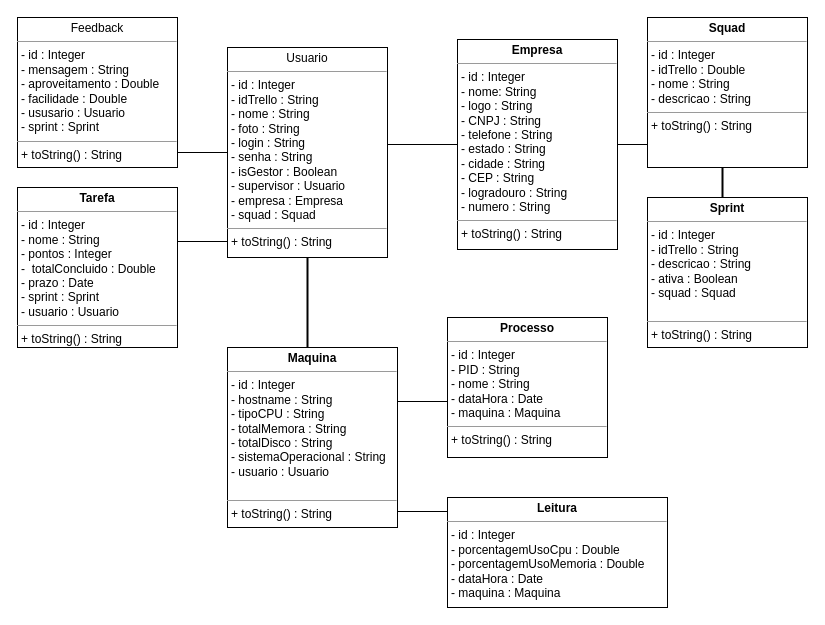
This is Documentação/DiagramaDeClasses/DiagramaDeClasses.drawio from ItalloGomes/LynxCoder, a draw.io file, before an edit. Source tidied: cells renumbered, new cells numbered last; positions are measured from the earlier drawing's top-left corner, leaving out a move shared by most shapes. Both pictures are drawn from the tidied source at 100%, with x=0, y=0 at pixel (17, 17).
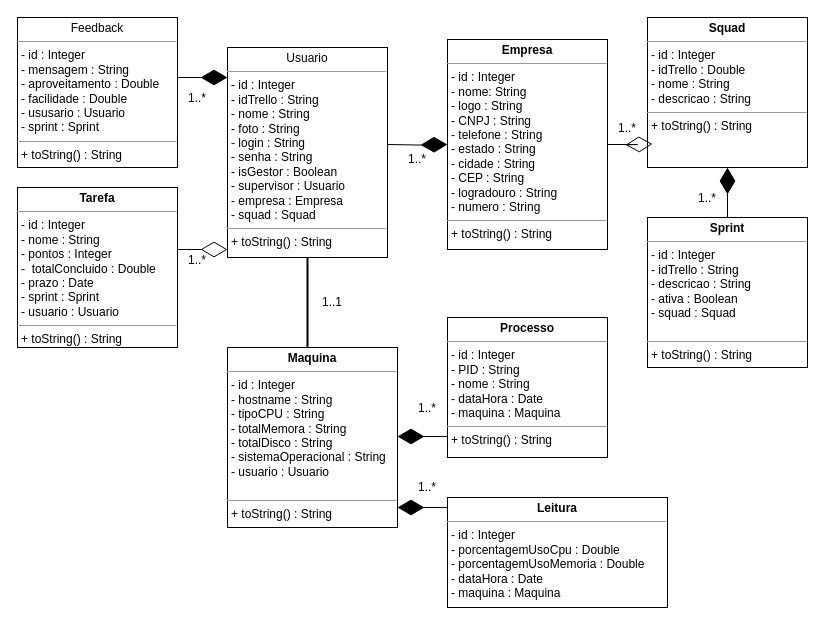
After the change.

Commit message:
diagrama de classes atualizado

The change refers to these unchanged cells:
```xml
<mxCell id="8" value="&lt;p style=&quot;margin: 0px ; margin-top: 4px ; text-align: center&quot;&gt;&lt;b&gt;Squad&lt;/b&gt;&lt;/p&gt;&lt;hr size=&quot;1&quot;&gt;&lt;p style=&quot;margin: 0px ; margin-left: 4px&quot;&gt;- id : Integer&amp;nbsp;&lt;/p&gt;&lt;p style=&quot;margin: 0px ; margin-left: 4px&quot;&gt;- idTrello : Double&amp;nbsp;&lt;/p&gt;&lt;p style=&quot;margin: 0px ; margin-left: 4px&quot;&gt;- nome : String&lt;/p&gt;&lt;p style=&quot;margin: 0px ; margin-left: 4px&quot;&gt;- descricao : String&lt;/p&gt;&lt;hr size=&quot;1&quot;&gt;&lt;p style=&quot;margin: 0px ; margin-left: 4px&quot;&gt;+ toString() : String&lt;/p&gt;" style="verticalAlign=top;align=left;overflow=fill;fontSize=12;fontFamily=Helvetica;html=1;" parent="1" vertex="1">
  <mxGeometry x="630" width="160" height="150" as="geometry" />
</mxCell>
```

The edit, as a diff of the source:
```diff
@@
     <mxCell id="5" value="&lt;p style=&quot;margin: 0px ; margin-top: 4px ; text-align: center&quot;&gt;&lt;b&gt;Empresa&lt;/b&gt;&lt;/p&gt;&lt;hr size=&quot;1&quot;&gt;&lt;p style=&quot;margin: 0px ; margin-left: 4px&quot;&gt;- id : Integer&amp;nbsp;&lt;/p&gt;&lt;p style=&quot;margin: 0px ; margin-left: 4px&quot;&gt;- nome: String&lt;/p&gt;&lt;p style=&quot;margin: 0px ; margin-left: 4px&quot;&gt;- logo : String&lt;/p&gt;&lt;p style=&quot;margin: 0px ; margin-left: 4px&quot;&gt;- CNPJ : String&lt;/p&gt;&lt;p style=&quot;margin: 0px ; margin-left: 4px&quot;&gt;- telefone : String&lt;/p&gt;&lt;p style=&quot;margin: 0px ; margin-left: 4px&quot;&gt;- estado : String&lt;/p&gt;&lt;p style=&quot;margin: 0px ; margin-left: 4px&quot;&gt;- cidade : String&lt;/p&gt;&lt;p style=&quot;margin: 0px ; margin-left: 4px&quot;&gt;- CEP : String&lt;/p&gt;&lt;p style=&quot;margin: 0px ; margin-left: 4px&quot;&gt;- logradouro : String&lt;/p&gt;&lt;p style=&quot;margin: 0px ; margin-left: 4px&quot;&gt;- numero : String&lt;/p&gt;&lt;hr size=&quot;1&quot;&gt;&lt;p style=&quot;margin: 0px ; margin-left: 4px&quot;&gt;+ toString() : String&lt;/p&gt;" style="verticalAlign=top;align=left;overflow=fill;fontSize=12;fontFamily=Helvetica;html=1;" parent="1" vertex="1">
-      <mxGeometry x="440" y="22" width="160" height="210" as="geometry" />
+      <mxGeometry x="430" y="22" width="160" height="210" as="geometry" />
     </mxCell>
     <mxCell id="6" value="&lt;p style=&quot;margin: 0px ; margin-top: 4px ; text-align: center&quot;&gt;&lt;b&gt;Sprint&lt;/b&gt;&lt;/p&gt;&lt;hr size=&quot;1&quot;&gt;&lt;p style=&quot;margin: 0px ; margin-left: 4px&quot;&gt;- id : Integer&amp;nbsp;&lt;/p&gt;&lt;p style=&quot;margin: 0px ; margin-left: 4px&quot;&gt;- idTrello : String&amp;nbsp;&lt;/p&gt;&lt;p style=&quot;margin: 0px ; margin-left: 4px&quot;&gt;- descricao : String&amp;nbsp;&lt;/p&gt;&lt;p style=&quot;margin: 0px ; margin-left: 4px&quot;&gt;- ativa : Boolean&lt;/p&gt;&lt;p style=&quot;margin: 0px ; margin-left: 4px&quot;&gt;- squad : Squad&lt;/p&gt;&lt;p style=&quot;margin: 0px ; margin-left: 4px&quot;&gt;&lt;br&gt;&lt;/p&gt;&lt;hr size=&quot;1&quot;&gt;&lt;p style=&quot;margin: 0px ; margin-left: 4px&quot;&gt;+ toString() : String&lt;/p&gt;" style="verticalAlign=top;align=left;overflow=fill;fontSize=12;fontFamily=Helvetica;html=1;" parent="1" vertex="1">
-      <mxGeometry x="630" y="180" width="160" height="150" as="geometry" />
+      <mxGeometry x="630" y="200" width="160" height="150" as="geometry" />
     </mxCell>
@@
-    <mxCell id="11" style="line;strokeWidth=1;fillColor=none;align=left;verticalAlign=middle;spacingTop=-1;spacingLeft=3;spacingRight=3;labelPosition=right;" parent="1" vertex="1">
-      <mxGeometry x="160" y="131" width="50" height="8" as="geometry" />
-    </mxCell>
-    <mxCell id="12" style="line;strokeWidth=1;fillColor=none;align=left;verticalAlign=middle;spacingTop=-1;spacingLeft=3;spacingRight=3;labelPosition=right;" parent="1" vertex="1">
-      <mxGeometry x="160" y="220" width="50" height="8" as="geometry" />
-    </mxCell>
-    <mxCell id="13" style="line;strokeWidth=1;fillColor=none;align=left;verticalAlign=middle;spacingTop=-1;spacingLeft=3;spacingRight=3;labelPosition=right;" parent="1" vertex="1">
-      <mxGeometry x="370" y="123" width="70" height="8" as="geometry" />
-    </mxCell>
-    <mxCell id="14" style="line;strokeWidth=1;fillColor=none;align=left;verticalAlign=middle;spacingTop=-1;spacingLeft=3;spacingRight=3;labelPosition=right;" parent="1" vertex="1">
-      <mxGeometry x="600" y="123" width="30" height="8" as="geometry" />
-    </mxCell>
@@
-    <mxCell id="16" style="line;strokeWidth=1;fillColor=none;align=left;verticalAlign=middle;spacingTop=-1;spacingLeft=3;spacingRight=3;labelPosition=right;" parent="1" vertex="1">
-      <mxGeometry x="380" y="380" width="50" height="8" as="geometry" />
-    </mxCell>
-    <mxCell id="17" style="line;strokeWidth=1;fillColor=none;align=left;verticalAlign=middle;spacingTop=-1;spacingLeft=3;spacingRight=3;labelPosition=right;" parent="1" vertex="1">
-      <mxGeometry x="380" y="490" width="50" height="8" as="geometry" />
-    </mxCell>
-    <mxCell id="18" style="line;strokeWidth=2;direction=south;html=1;" parent="1" vertex="1">
-      <mxGeometry x="700" y="150" width="10" height="30" as="geometry" />
-    </mxCell>
+    <mxCell id="19" style="endArrow=diamondThin;endFill=1;endSize=24;html=1;rounded=0;edgeStyle=orthogonalEdgeStyle;entryX=0;entryY=0.5;entryDx=0;entryDy=0;" parent="1" edge="1" target="5">
+      <mxGeometry relative="1" as="geometry">
+        <mxPoint x="370" y="127" as="sourcePoint" />
+      </mxGeometry>
+    </mxCell>
+    <mxCell id="20" value="1..*" style="text;html=1;strokeColor=none;fillColor=none;align=center;verticalAlign=middle;whiteSpace=wrap;rounded=0;" parent="1" vertex="1">
+      <mxGeometry x="370" y="131" width="60" height="21" as="geometry" />
+    </mxCell>
+    <mxCell id="21" value="1..1" style="text;html=1;strokeColor=none;fillColor=none;align=center;verticalAlign=middle;whiteSpace=wrap;rounded=0;" parent="1" vertex="1">
+      <mxGeometry x="285" y="274.5" width="60" height="21" as="geometry" />
+    </mxCell>
+    <mxCell id="22" value="1..*" style="text;html=1;strokeColor=none;fillColor=none;align=center;verticalAlign=middle;whiteSpace=wrap;rounded=0;" parent="1" vertex="1">
+      <mxGeometry x="150" y="70" width="60" height="21" as="geometry" />
+    </mxCell>
+    <mxCell id="23" value="1..*" style="text;html=1;strokeColor=none;fillColor=none;align=center;verticalAlign=middle;whiteSpace=wrap;rounded=0;" parent="1" vertex="1">
+      <mxGeometry x="150" y="232" width="60" height="21" as="geometry" />
+    </mxCell>
+    <mxCell id="24" value="1..*" style="text;html=1;strokeColor=none;fillColor=none;align=center;verticalAlign=middle;whiteSpace=wrap;rounded=0;" parent="1" vertex="1">
+      <mxGeometry x="380" y="380" width="60" height="21" as="geometry" />
+    </mxCell>
+    <mxCell id="25" value="1..*" style="text;html=1;strokeColor=none;fillColor=none;align=center;verticalAlign=middle;whiteSpace=wrap;rounded=0;" parent="1" vertex="1">
+      <mxGeometry x="380" y="459" width="60" height="21" as="geometry" />
+    </mxCell>
+    <mxCell id="26" value="1..*" style="text;html=1;strokeColor=none;fillColor=none;align=center;verticalAlign=middle;whiteSpace=wrap;rounded=0;" parent="1" vertex="1">
+      <mxGeometry x="580" y="100" width="60" height="21" as="geometry" />
+    </mxCell>
+    <mxCell id="27" style="endArrow=diamondThin;endFill=1;endSize=24;html=1;rounded=0;edgeStyle=orthogonalEdgeStyle;exitX=0;exitY=0.75;exitDx=0;exitDy=0;" parent="1" edge="1">
+      <mxGeometry relative="1" as="geometry">
+        <mxPoint x="430" y="490" as="sourcePoint" />
+        <mxPoint x="380" y="490" as="targetPoint" />
+        <Array as="points">
+          <mxPoint x="383" y="490" />
+        </Array>
+      </mxGeometry>
+    </mxCell>
+    <mxCell id="28" style="endArrow=diamondThin;endFill=1;endSize=24;html=1;rounded=0;edgeStyle=orthogonalEdgeStyle;exitX=0;exitY=0.75;exitDx=0;exitDy=0;" parent="1" edge="1">
+      <mxGeometry relative="1" as="geometry">
+        <mxPoint x="430" y="419" as="sourcePoint" />
+        <mxPoint x="380" y="419" as="targetPoint" />
+        <Array as="points">
+          <mxPoint x="383" y="419" />
+        </Array>
+      </mxGeometry>
+    </mxCell>
+    <mxCell id="29" style="endArrow=diamondThin;endFill=1;endSize=24;html=1;rounded=0;edgeStyle=orthogonalEdgeStyle;entryX=0.5;entryY=1;entryDx=0;entryDy=0;exitX=0.5;exitY=0;exitDx=0;exitDy=0;" parent="1" edge="1" source="6" target="8">
+      <mxGeometry relative="1" as="geometry" />
+    </mxCell>
+    <mxCell id="30" value="1..*" style="text;html=1;strokeColor=none;fillColor=none;align=center;verticalAlign=middle;whiteSpace=wrap;rounded=0;" parent="1" vertex="1">
+      <mxGeometry x="660" y="170" width="60" height="21" as="geometry" />
+    </mxCell>
+    <mxCell id="31" style="endArrow=diamondThin;endFill=1;endSize=24;html=1;rounded=0;edgeStyle=orthogonalEdgeStyle;entryX=0;entryY=0.5;entryDx=0;entryDy=0;" parent="1" edge="1">
+      <mxGeometry relative="1" as="geometry">
+        <mxPoint x="160" y="60" as="sourcePoint" />
+        <mxPoint x="210" y="60" as="targetPoint" />
+      </mxGeometry>
+    </mxCell>
+    <mxCell id="32" style="endArrow=diamondThin;endFill=0;endSize=24;html=1;rounded=0;edgeStyle=orthogonalEdgeStyle;" parent="1" edge="1">
+      <mxGeometry relative="1" as="geometry">
+        <mxPoint x="590" y="127" as="sourcePoint" />
+        <mxPoint x="635" y="126.5" as="targetPoint" />
+        <Array as="points">
+          <mxPoint x="620" y="127" />
+          <mxPoint x="620" y="127" />
+        </Array>
+      </mxGeometry>
+    </mxCell>
+    <mxCell id="33" style="endArrow=diamondThin;endFill=0;endSize=24;html=1;rounded=0;edgeStyle=orthogonalEdgeStyle;" parent="1" edge="1">
+      <mxGeometry relative="1" as="geometry">
+        <mxPoint x="160" y="232" as="sourcePoint" />
+        <mxPoint x="210" y="232" as="targetPoint" />
+      </mxGeometry>
+    </mxCell>
```
